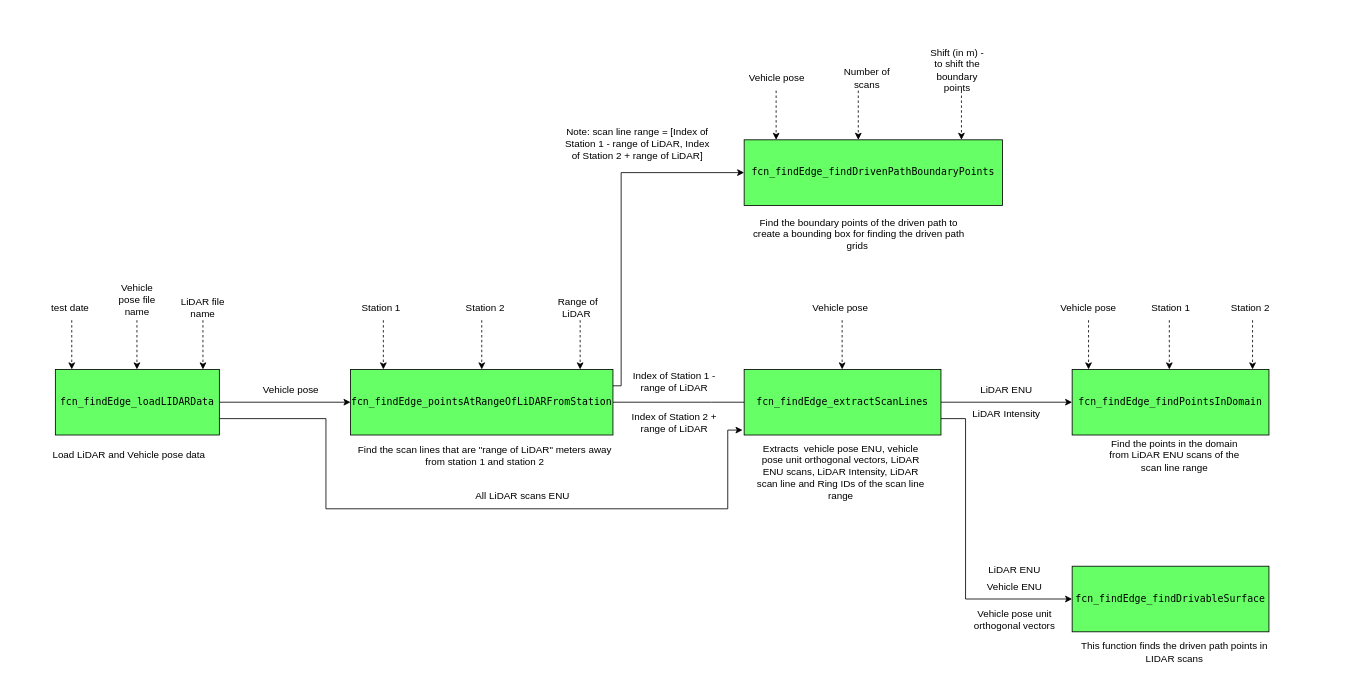
Above: Documents/FindEdge_DataPrep_FlowChart.drawio in ivsg-psu/FeatureExtraction_LaneBoundary_FindEdge (draw.io), before the change. Source tidied: cells renumbered, new cells numbered last; positions are measured from the earlier drawing's top-left corner, leaving out a move shared by most shapes. Both pictures are drawn from the tidied source at 82%, with x=0, y=0 at pixel (39, 57).
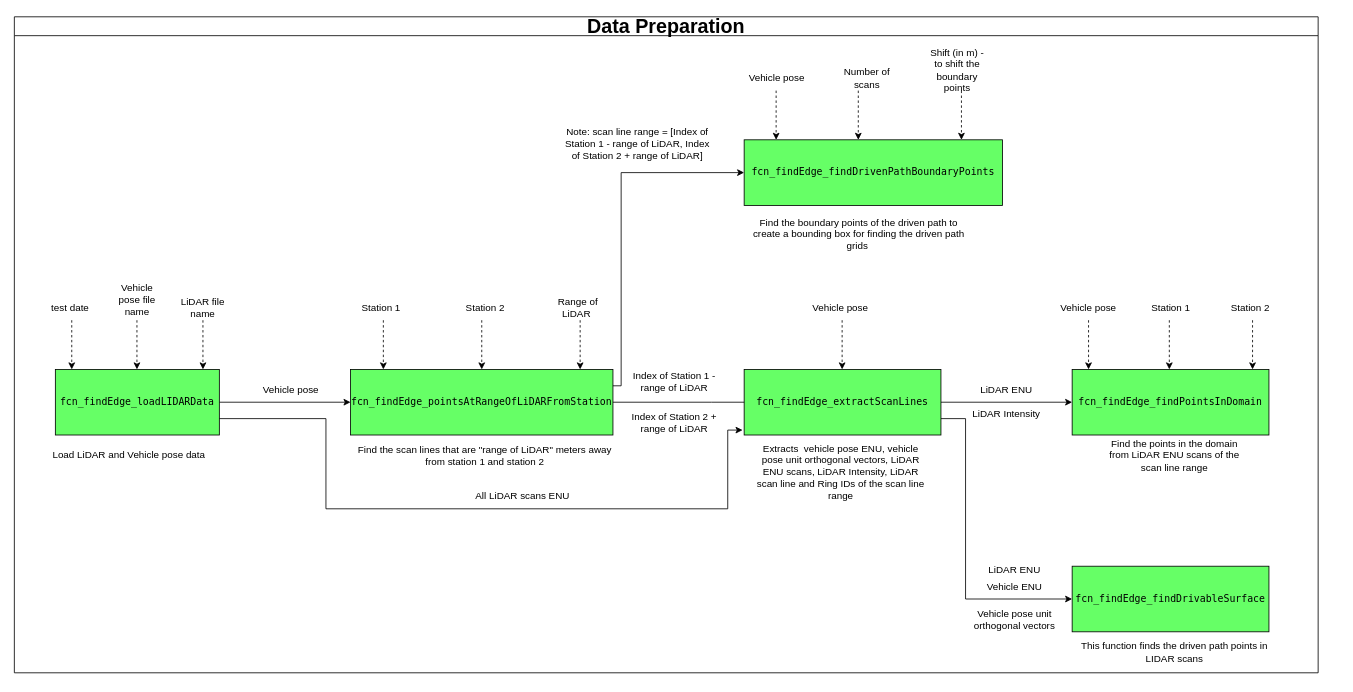
The same diagram, later.

Commit message (it also covers changes not shown here):
FEAT: Data prep flow chart

Diff of the diagram source:
```diff
@@
+    <mxCell id="56" value="&lt;font style=&quot;font-size: 24px;&quot;&gt;Data Preparation&lt;/font&gt;" style="swimlane;whiteSpace=wrap;html=1;" parent="1" vertex="1">
+      <mxGeometry x="-30" y="-50" width="1590" height="800" as="geometry" />
+    </mxCell>
```
